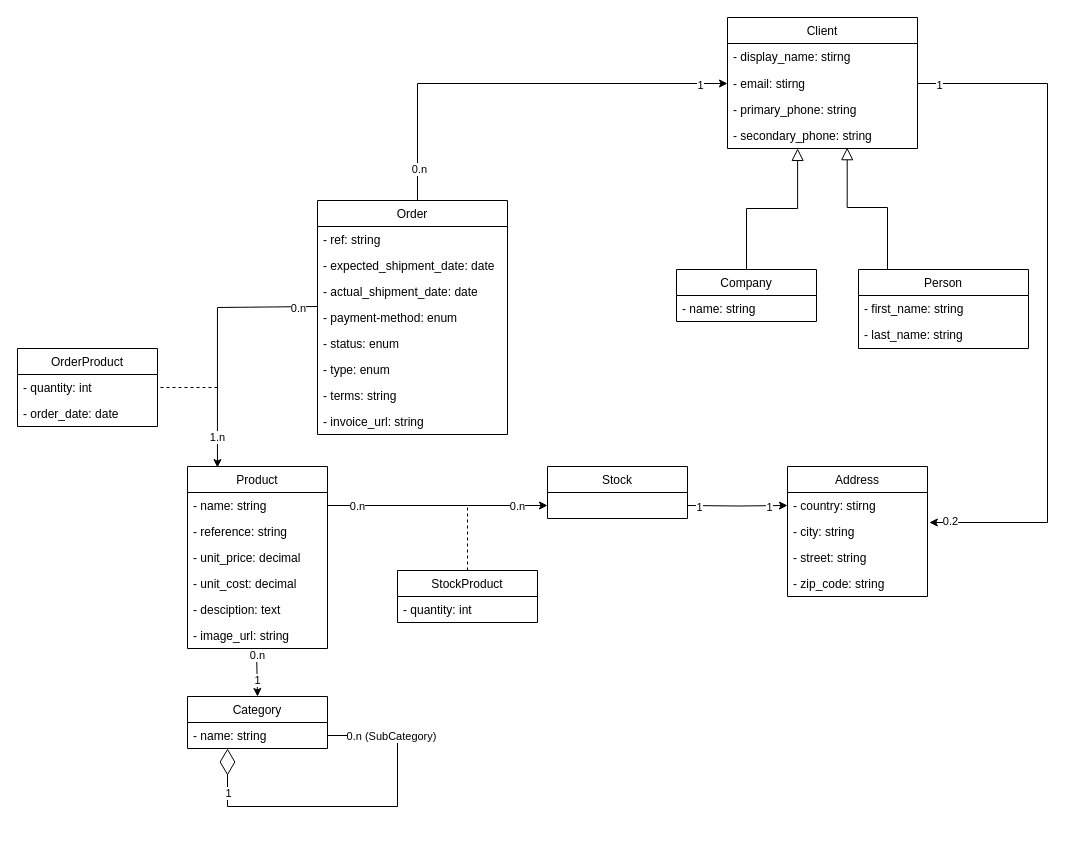
Above: class-diag.drawio in neeejm/inventory-management-system (draw.io), before the change. Source tidied: cells renumbered, new cells numbered last; positions are measured from the earlier drawing's top-left corner, leaving out a move shared by most shapes. Both pictures are drawn from the tidied source at 100%, with x=0, y=0 at pixel (17, 17).
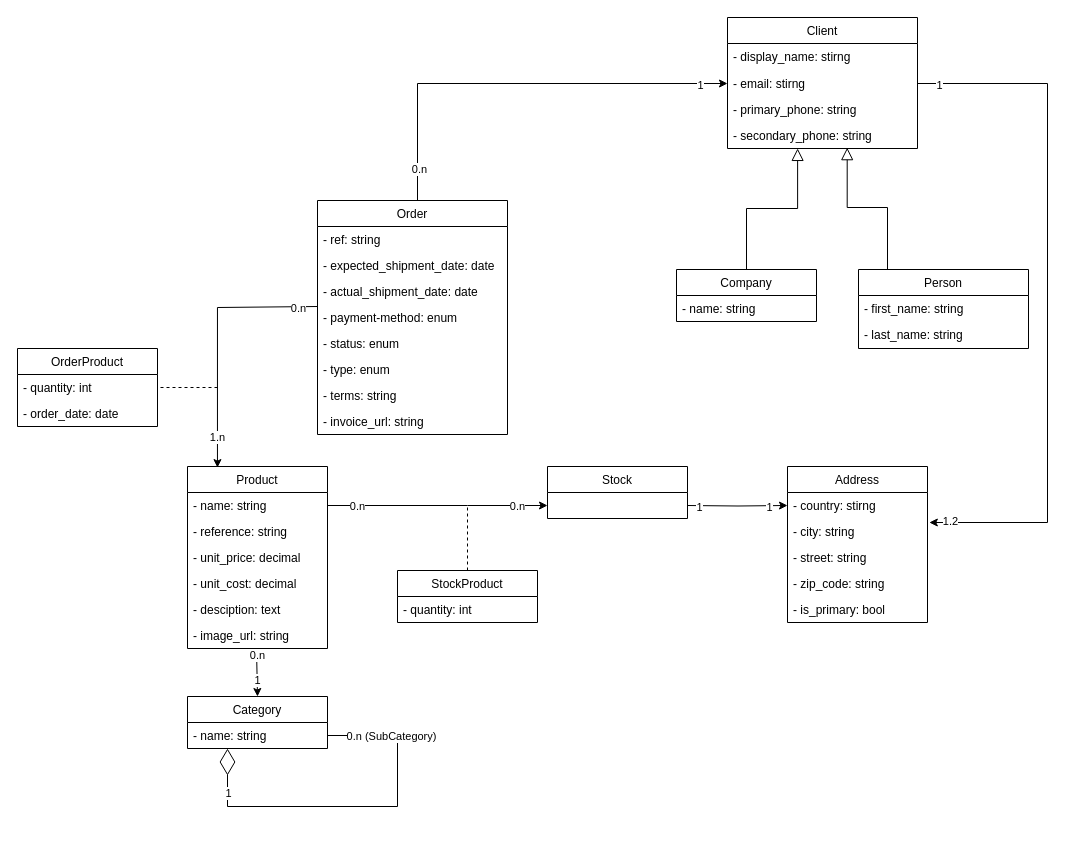
Above is the later version.

Unchanged cells that the change refers to:
```xml
<mxCell id="63" style="edgeStyle=elbowEdgeStyle;rounded=0;jettySize=auto;html=1;endArrow=classic;endFill=1;entryX=1.013;entryY=1.154;entryDx=0;entryDy=0;entryPerimeter=0;" parent="1" edge="1" source="46" target="14">
  <mxGeometry relative="1" as="geometry">
    <Array as="points">
      <mxPoint x="1030" y="300" />
    </Array>
  </mxGeometry>
</mxCell>
```

Diff of the diagram source:
```diff
@@
     <mxCell id="13" value="Address" style="swimlane;fontStyle=0;horizontal=1;startSize=26;fillColor=none;" parent="1" vertex="1">
-      <mxGeometry x="770" y="449" width="140" height="130" as="geometry" />
+      <mxGeometry x="770" y="449" width="140" height="156" as="geometry" />
     </mxCell>
@@
+    <mxCell id="66" value="- is_primary: bool" style="text;strokeColor=none;fillColor=none;align=left;verticalAlign=top;spacingLeft=4;spacingRight=4;overflow=hidden;" parent="13" vertex="1">
+      <mxGeometry y="130" width="140" height="26" as="geometry" />
+    </mxCell>
@@
-    <mxCell id="64" value="0.2" style="edgeLabel;html=1;align=center;verticalAlign=middle;" parent="63" vertex="1">
+    <mxCell id="64" value="1.2" style="edgeLabel;html=1;align=center;verticalAlign=middle;" parent="63" vertex="1">
       <mxGeometry x="0.94" y="-2" relative="1" as="geometry" />
     </mxCell>
```
